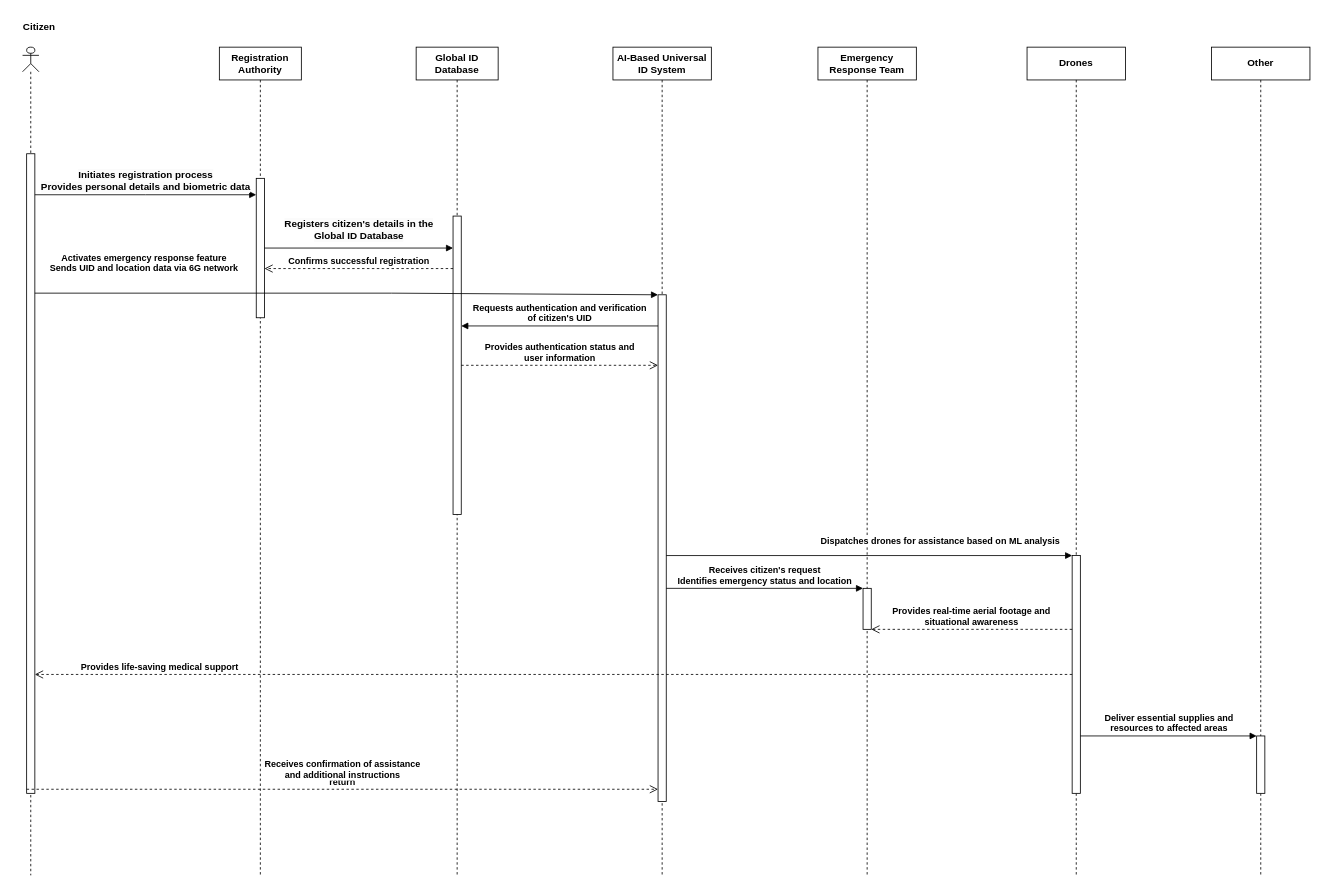
kbsha/private keeps this draw.io diagram as AI-Based Universal ID System for Global Response and Services with 6G Network.drawio. Above is the earlier version. Source tidied: cells renumbered, new cells numbered last; positions are measured from the earlier drawing's top-left corner, leaving out a move shared by most shapes. Both pictures are drawn from the tidied source at 82%, with x=0, y=0 at pixel (14, 14).
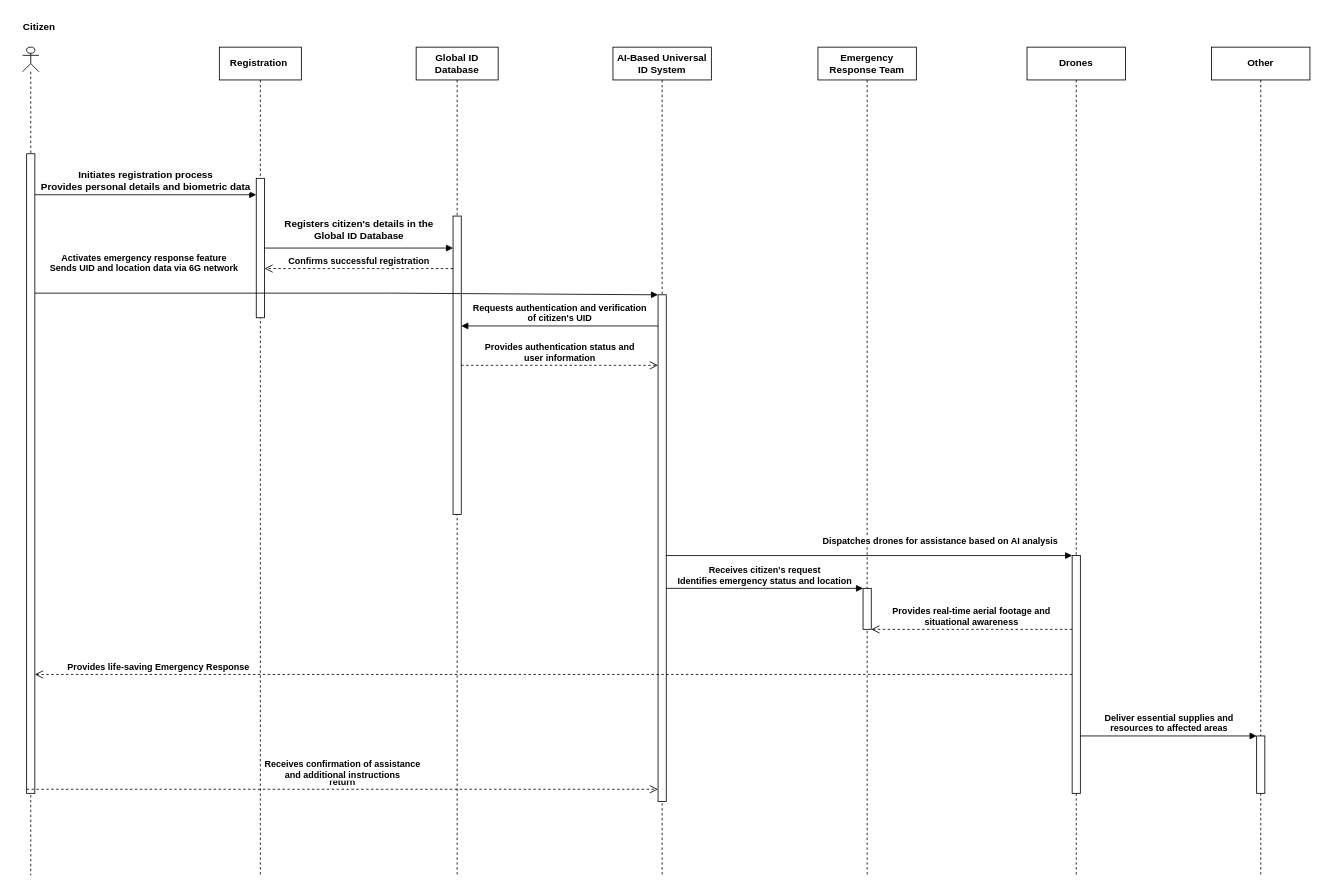
Above is the later version.

The change refers to these unchanged cells:
```xml
<mxCell id="3" style="html=1;points=[[0,0,0,0,5],[0,1,0,0,-5],[1,0,0,0,5],[1,1,0,0,-5]];perimeter=orthogonalPerimeter;outlineConnect=0;targetShapes=umlLifeline;portConstraint=eastwest;newEdgeStyle={&quot;curved&quot;:0,&quot;rounded&quot;:0};fontStyle=1;fontFamily=Helvetica;" parent="2" vertex="1">
  <mxGeometry x="5" y="130" width="10" height="780" as="geometry" />
</mxCell>
<mxCell id="13" style="html=1;points=[[0,0,0,0,5],[0,1,0,0,-5],[1,0,0,0,5],[1,1,0,0,-5]];perimeter=orthogonalPerimeter;outlineConnect=0;targetShapes=umlLifeline;portConstraint=eastwest;newEdgeStyle={&quot;curved&quot;:0,&quot;rounded&quot;:0};fontStyle=1;fontFamily=Helvetica;" parent="12" vertex="1">
  <mxGeometry x="55" y="302" width="10" height="618" as="geometry" />
</mxCell>
<mxCell id="21" style="html=1;points=[[0,0,0,0,5],[0,1,0,0,-5],[1,0,0,0,5],[1,1,0,0,-5]];perimeter=orthogonalPerimeter;outlineConnect=0;targetShapes=umlLifeline;portConstraint=eastwest;newEdgeStyle={&quot;curved&quot;:0,&quot;rounded&quot;:0};fontStyle=1;fontFamily=Helvetica;" parent="20" vertex="1">
  <mxGeometry x="55" y="620" width="10" height="290" as="geometry" />
</mxCell>
```

The edit, as a diff of the source:
```diff
@@
-    <mxCell id="5" value="Registration Authority" style="shape=umlLifeline;perimeter=lifelinePerimeter;whiteSpace=wrap;html=1;newEdgeStyle={&quot;curved&quot;:0,&quot;rounded&quot;:0};fontStyle=1;fontFamily=Helvetica;" parent="1" vertex="1">
+    <mxCell id="5" value="Registration&amp;nbsp;" style="shape=umlLifeline;perimeter=lifelinePerimeter;whiteSpace=wrap;html=1;newEdgeStyle={&quot;curved&quot;:0,&quot;rounded&quot;:0};fontStyle=1;fontFamily=Helvetica;" parent="1" vertex="1">
       <mxGeometry x="250" y="40" width="100" height="1010" as="geometry" />
     </mxCell>
@@
-    <mxCell id="22" value="Dispatches drones for assistance based on ML analysis" style="html=1;verticalAlign=bottom;endArrow=block;curved=0;rounded=0;fontStyle=1;fontFamily=Helvetica;" parent="1" edge="1" source="13" target="21">
+    <mxCell id="22" value="Dispatches drones for assistance based on AI analysis" style="html=1;verticalAlign=bottom;endArrow=block;curved=0;rounded=0;fontStyle=1;fontFamily=Helvetica;" parent="1" edge="1" source="13" target="21">
       <mxGeometry x="0.35" y="9" relative="1" as="geometry" />
     </mxCell>
@@
-    <mxCell id="27" value="Provides life-saving medical support" style="html=1;verticalAlign=bottom;endArrow=open;dashed=1;endSize=8;curved=0;rounded=0;fontStyle=1;fontFamily=Helvetica;" parent="1" edge="1" source="21" target="3">
+    <mxCell id="27" value="Provides life-saving Emergency Response&amp;nbsp;" style="html=1;verticalAlign=bottom;endArrow=open;dashed=1;endSize=8;curved=0;rounded=0;fontStyle=1;fontFamily=Helvetica;" parent="1" edge="1" source="21" target="3">
       <mxGeometry x="0.76" relative="1" as="geometry" />
     </mxCell>
```
